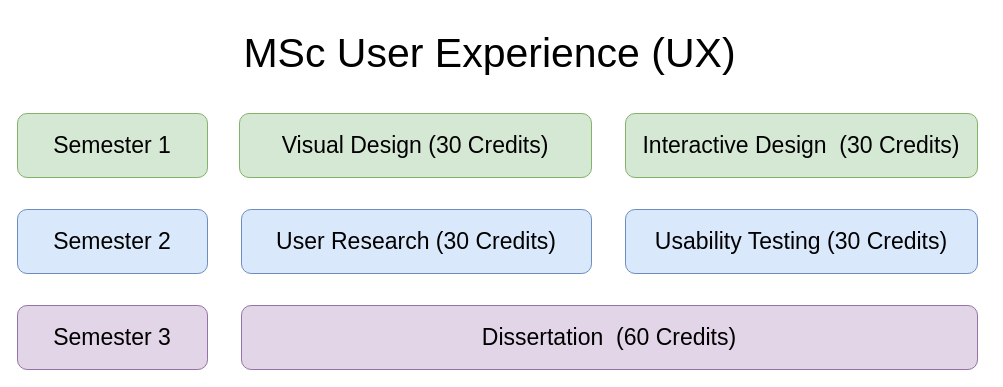
martinsolent/solent_diagrams keeps this draw.io diagram as masters.drawio. Above is the earlier version. Source tidied: cells renumbered, new cells numbered last; positions are measured from the earlier drawing's top-left corner, leaving out a move shared by most shapes. Both pictures are drawn from the tidied source at 100%, with x=0, y=0 at pixel (17, 17).
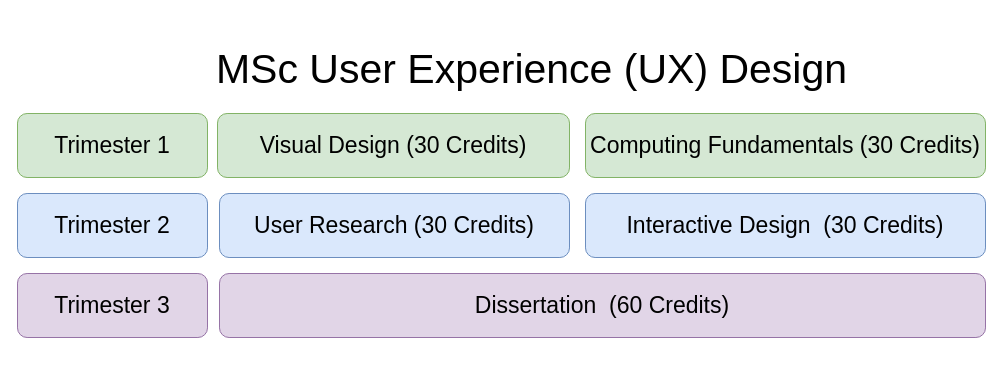
The same diagram, later.

What changed in the source:
```diff
@@
 <mxGraphModel>
   <root>
     <mxCell id="0" />
     <mxCell id="1" parent="0" />
     <mxCell id="2" value="User Research (30 Credits)" style="rounded=1;whiteSpace=wrap;html=1;fillColor=#dae8fc;strokeColor=#6c8ebf;fontSize=23;" parent="1" vertex="1">
-      <mxGeometry x="224" y="192" width="350" height="64" as="geometry" />
+      <mxGeometry x="202" y="176" width="350" height="64" as="geometry" />
     </mxCell>
-    <mxCell id="3" value="Usability Testing (30 Credits)" style="rounded=1;whiteSpace=wrap;html=1;fillColor=#dae8fc;strokeColor=#6c8ebf;fontSize=23;" parent="1" vertex="1">
-      <mxGeometry x="608" y="192" width="352" height="64" as="geometry" />
+    <mxCell id="3" value="Interactive Design&amp;nbsp;&amp;nbsp;(30 Credits)" style="rounded=1;whiteSpace=wrap;html=1;fillColor=#dae8fc;strokeColor=#6c8ebf;fontSize=23;" parent="1" vertex="1">
+      <mxGeometry x="568" y="176" width="400" height="64" as="geometry" />
     </mxCell>
-    <mxCell id="4" value="Visual Design&amp;nbsp;(30 Credits)" style="rounded=1;whiteSpace=wrap;html=1;fillColor=#d5e8d4;strokeColor=#82b366;fontSize=23;" parent="1" vertex="1">
-      <mxGeometry x="222" y="96" width="352" height="64" as="geometry" />
+    <mxCell id="4" value="Visual Design (30 Credits)" style="rounded=1;whiteSpace=wrap;html=1;fillColor=#d5e8d4;strokeColor=#82b366;fontSize=23;" parent="1" vertex="1">
+      <mxGeometry x="200" y="96" width="352" height="64" as="geometry" />
     </mxCell>
-    <mxCell id="5" value="Interactive Design&amp;nbsp;&amp;nbsp;(30 Credits)" style="rounded=1;whiteSpace=wrap;html=1;fillColor=#d5e8d4;strokeColor=#82b366;fontSize=23;" parent="1" vertex="1">
-      <mxGeometry x="608" y="96" width="352" height="64" as="geometry" />
-    </mxCell>
     <mxCell id="6" value="Dissertation&amp;nbsp; (60 Credits)" style="rounded=1;whiteSpace=wrap;html=1;fillColor=#e1d5e7;strokeColor=#9673a6;fontSize=23;" parent="1" vertex="1">
-      <mxGeometry x="224" y="288" width="736" height="64" as="geometry" />
+      <mxGeometry x="202" y="256" width="766" height="64" as="geometry" />
     </mxCell>
-    <mxCell id="7" value="Semester 2" style="rounded=1;whiteSpace=wrap;html=1;fillColor=#dae8fc;strokeColor=#6c8ebf;fontSize=23;" parent="1" vertex="1">
-      <mxGeometry y="192" width="190" height="64" as="geometry" />
+    <mxCell id="7" value="Trimester 2" style="rounded=1;whiteSpace=wrap;html=1;fillColor=#dae8fc;strokeColor=#6c8ebf;fontSize=23;" parent="1" vertex="1">
+      <mxGeometry y="176" width="190" height="64" as="geometry" />
     </mxCell>
-    <mxCell id="8" value="Semester 1" style="rounded=1;whiteSpace=wrap;html=1;fillColor=#d5e8d4;strokeColor=#82b366;fontSize=23;" parent="1" vertex="1">
+    <mxCell id="8" value="Trimester 1" style="rounded=1;whiteSpace=wrap;html=1;fillColor=#d5e8d4;strokeColor=#82b366;fontSize=23;" parent="1" vertex="1">
       <mxGeometry y="96" width="190" height="64" as="geometry" />
     </mxCell>
-    <mxCell id="9" value="Semester 3" style="rounded=1;whiteSpace=wrap;html=1;fillColor=#e1d5e7;strokeColor=#9673a6;fontSize=23;" parent="1" vertex="1">
-      <mxGeometry y="288" width="190" height="64" as="geometry" />
+    <mxCell id="9" value="Trimester 3" style="rounded=1;whiteSpace=wrap;html=1;fillColor=#e1d5e7;strokeColor=#9673a6;fontSize=23;" parent="1" vertex="1">
+      <mxGeometry y="256" width="190" height="64" as="geometry" />
     </mxCell>
-    <mxCell id="10" value="&lt;font style=&quot;font-size: 41px;&quot;&gt;MSc User Experience (UX)&lt;/font&gt;" style="text;html=1;align=center;verticalAlign=middle;strokeColor=none;fillColor=none;" parent="1" vertex="1">
-      <mxGeometry x="216" width="512" height="72" as="geometry" />
+    <mxCell id="10" value="&lt;font style=&quot;font-size: 41px;&quot;&gt;MSc User Experience (UX) Design&lt;/font&gt;" style="text;html=1;align=center;verticalAlign=middle;strokeColor=none;fillColor=none;" parent="1" vertex="1">
+      <mxGeometry x="190" y="16" width="648" height="72" as="geometry" />
     </mxCell>
+    <mxCell id="11" value="Computing Fundamentals (30 Credits)" style="rounded=1;whiteSpace=wrap;html=1;fillColor=#d5e8d4;strokeColor=#82b366;fontSize=23;" parent="1" vertex="1">
+      <mxGeometry x="568" y="96" width="400" height="64" as="geometry" />
+    </mxCell>
   </root>
 </mxGraphModel>
```
